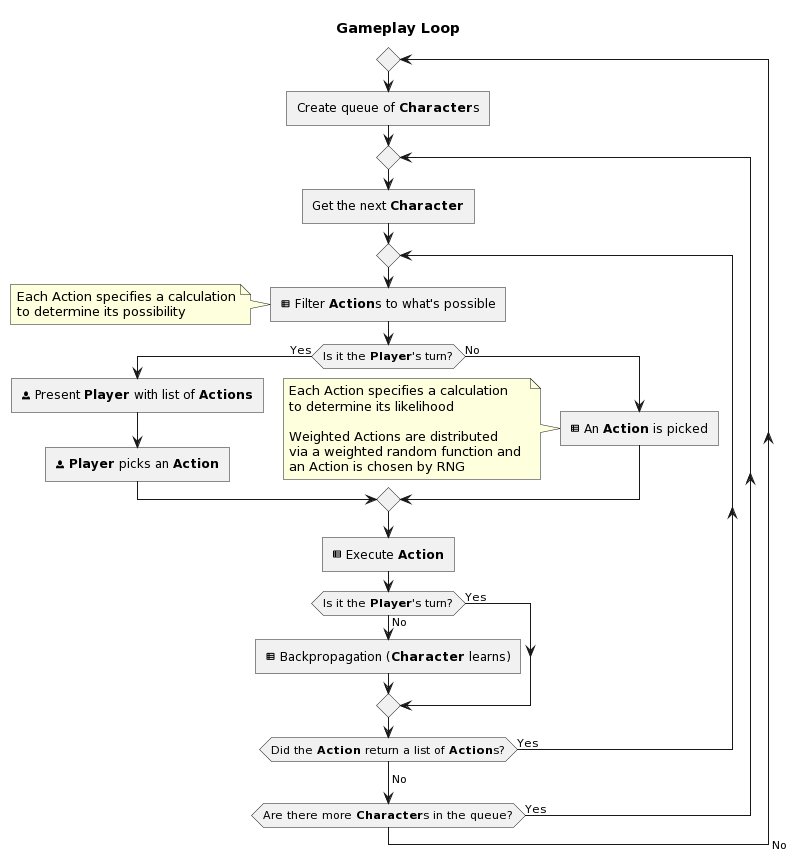
The PlantUML diagram docs/media/ineffable-loop.png in flipactual/flipstew.art, before a commit.
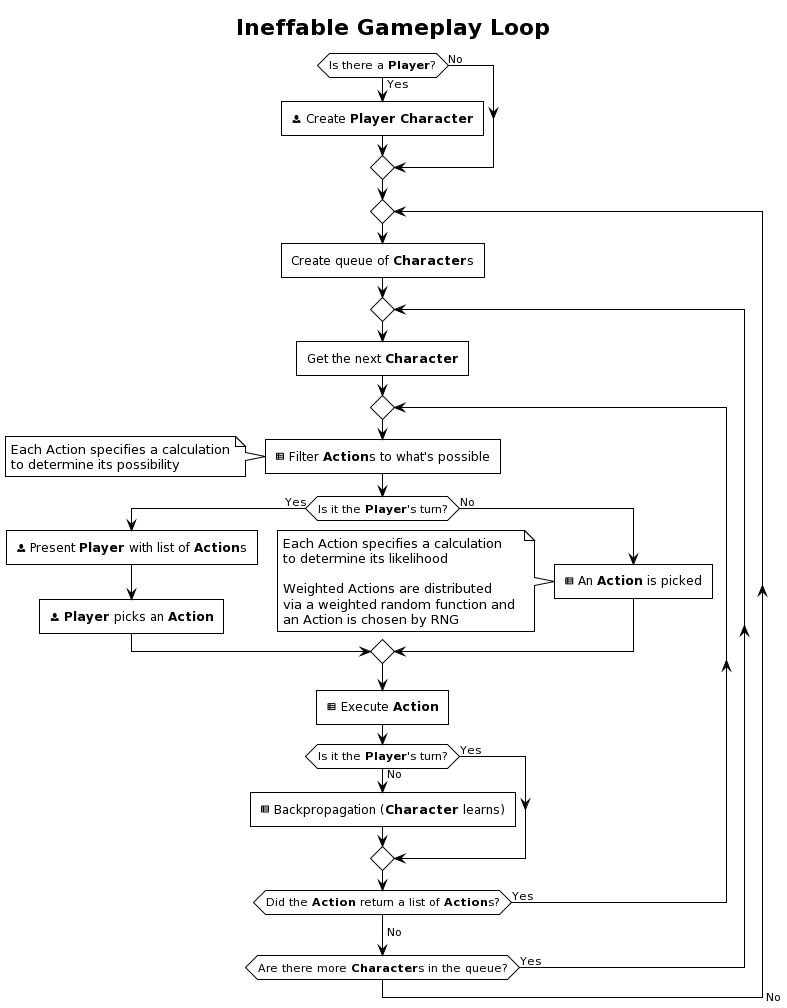
After the commit.

Commit message:
update ineffable diagram

What changed in the source:
```diff
@@ -1,6 +1,11 @@
 @startuml
-title Gameplay Loop
+!theme plain
+title Ineffable Gameplay Loop
 
+if (Is there a **Player**?) then (Yes)
+  :<&person> Create **Player** **Character**]
+else (No)
+endif
 repeat
   :Create queue of **Character**s]
   repeat
@@ -12,7 +17,7 @@
 to determine its possibility
       end note
       if (Is it the **Player**'s turn?) then (Yes)
-        :<&person> Present **Player** with list of **Actions**]
+        :<&person> Present **Player** with list of **Action**s]
         :<&person> **Player** picks an **Action**]
       else (No)
         :<&spreadsheet> An **Action** is picked]
```
